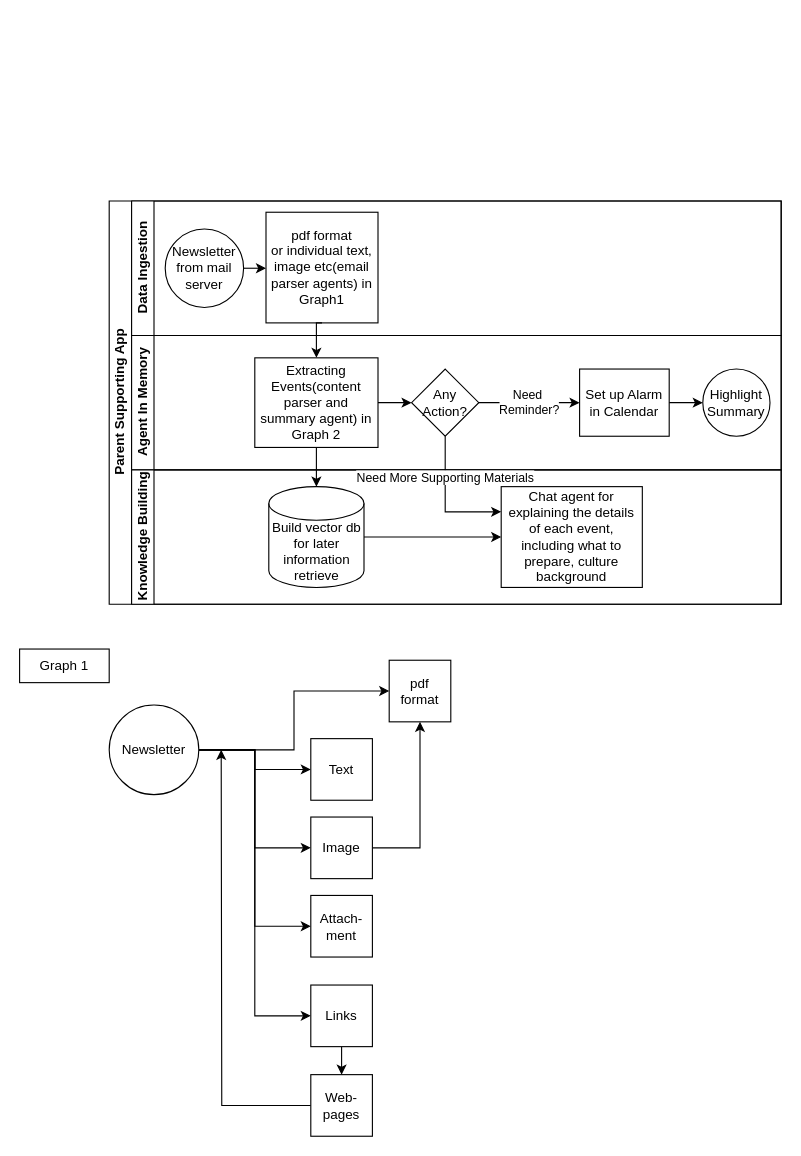
The draw.io diagram page "Page-1" (1 of 2) of Untitled Diagram.drawio in Rhinewlt/newsletter_agents, before the edit. Source tidied: cells renumbered, new cells numbered last; positions are measured from the earlier drawing's top-left corner, leaving out a move shared by most shapes. Both pictures are drawn from the tidied source at 112%, with x=0, y=0 at pixel (19, 200).
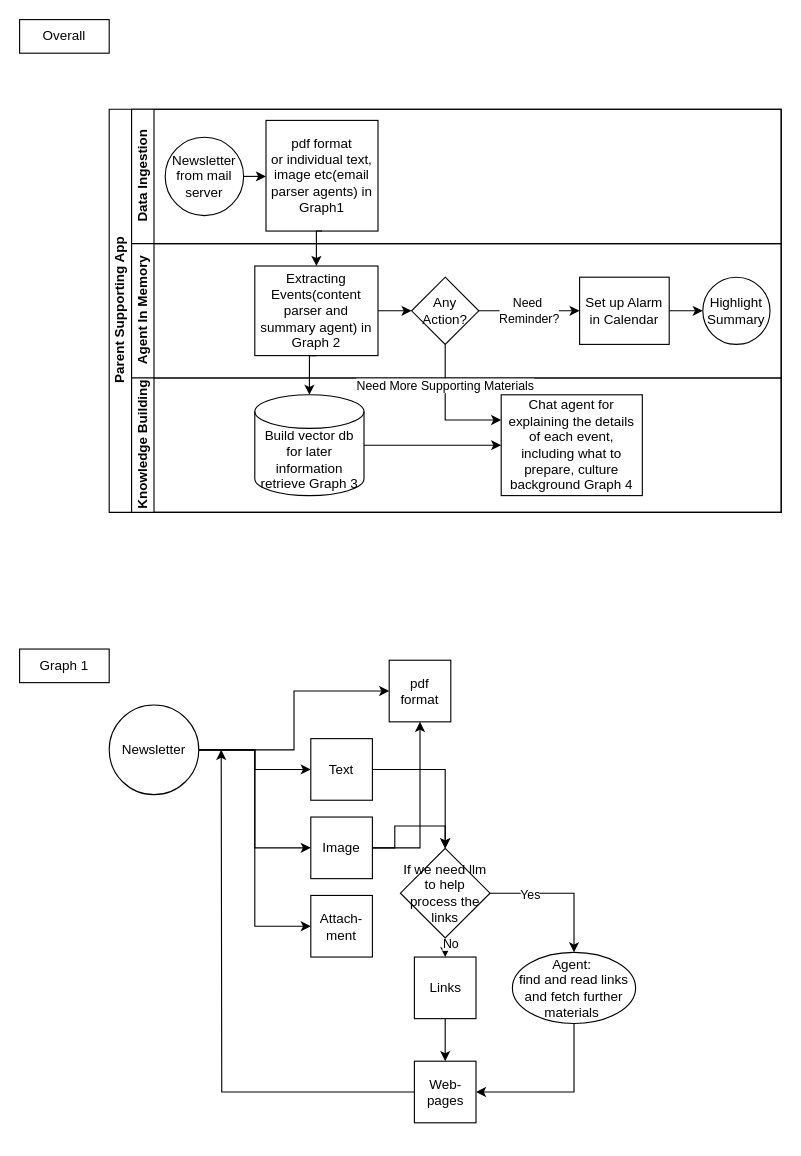
Above is the later version.

Unchanged cells that the change refers to:
```xml
<mxCell id="17" value="Knowledge Building" style="swimlane;html=1;startSize=20;horizontal=0;" parent="2" vertex="1">
  <mxGeometry x="20" y="240" width="580" height="120" as="geometry" />
</mxCell>
<mxCell id="28" value="Newsletter" style="ellipse;whiteSpace=wrap;html=1;" parent="1" vertex="1">
  <mxGeometry x="80" y="450" width="80" height="80" as="geometry" />
</mxCell>
<mxCell id="31" value="Text" style="whiteSpace=wrap;html=1;" parent="1" vertex="1">
  <mxGeometry x="260" y="480" width="55" height="55" as="geometry" />
</mxCell>
<mxCell id="33" value="Image" style="whiteSpace=wrap;html=1;" parent="1" vertex="1">
  <mxGeometry x="260" y="550" width="55" height="55" as="geometry" />
</mxCell>
```

Change to the diagram source:
```diff
@@
     <mxCell id="2" value="Parent Supporting App" style="swimlane;html=1;horizontal=0;startSize=20;" parent="1" vertex="1">
-      <mxGeometry x="80" width="600" height="360" as="geometry" />
+      <mxGeometry x="80" y="-82" width="600" height="360" as="geometry" />
     </mxCell>
@@
-    <mxCell id="18" value="Build vector db for later information retrieve" style="shape=cylinder3;whiteSpace=wrap;html=1;boundedLbl=1;backgroundOutline=1;size=15;" parent="17" vertex="1">
-      <mxGeometry x="122.5" y="15" width="85" height="90" as="geometry" />
+    <mxCell id="18" value="Build vector db for later information retrieve Graph 3" style="shape=cylinder3;whiteSpace=wrap;html=1;boundedLbl=1;backgroundOutline=1;size=15;" parent="17" vertex="1">
+      <mxGeometry x="110" y="15" width="97.5" height="90" as="geometry" />
     </mxCell>
-    <mxCell id="19" value="Chat agent for explaining the details of each event, including what to prepare, culture background" style="rounded=0;whiteSpace=wrap;html=1;fontFamily=Helvetica;fontSize=12;fontColor=#000000;align=center;" parent="17" vertex="1">
+    <mxCell id="19" value="Chat agent for explaining the details of each event, including what to prepare, culture background Graph 4" style="rounded=0;whiteSpace=wrap;html=1;fontFamily=Helvetica;fontSize=12;fontColor=#000000;align=center;" parent="17" vertex="1">
       <mxGeometry x="330" y="15" width="126" height="90" as="geometry" />
     </mxCell>
@@
-    <mxCell id="27" style="edgeStyle=orthogonalEdgeStyle;rounded=0;jettySize=auto;html=1;exitX=1;exitY=0.5;exitDx=0;exitDy=0;entryX=0;entryY=0.5;entryDx=0;entryDy=0;" parent="1" edge="1" source="28" target="36">
-      <mxGeometry relative="1" as="geometry" />
-    </mxCell>
@@
+    <mxCell id="39" style="edgeStyle=orthogonalEdgeStyle;rounded=0;jettySize=auto;html=1;exitX=1;exitY=0.5;exitDx=0;exitDy=0;entryX=0.5;entryY=0;entryDx=0;entryDy=0;" parent="1" edge="1" source="48" target="43">
+      <mxGeometry relative="1" as="geometry" />
+    </mxCell>
+    <mxCell id="40" value="Yes" style="edgeLabel;html=1;align=center;verticalAlign=middle;" parent="39" vertex="1">
+      <mxGeometry x="-0.45" y="-1" relative="1" as="geometry" />
+    </mxCell>
@@
     <mxCell id="36" value="Links" style="whiteSpace=wrap;html=1;" parent="1" vertex="1">
-      <mxGeometry x="260" y="700" width="55" height="55" as="geometry" />
+      <mxGeometry x="352.5" y="675" width="55" height="55" as="geometry" />
     </mxCell>
@@
     <mxCell id="38" value="Web-pages" style="whiteSpace=wrap;html=1;" parent="1" vertex="1">
-      <mxGeometry x="260" y="780" width="55" height="55" as="geometry" />
+      <mxGeometry x="352.5" y="768" width="55" height="55" as="geometry" />
     </mxCell>
+    <mxCell id="41" value="Overall" style="rounded=0;whiteSpace=wrap;html=1;" parent="1" vertex="1">
+      <mxGeometry y="-162" width="80" height="30" as="geometry" />
+    </mxCell>
+    <mxCell id="42" style="edgeStyle=orthogonalEdgeStyle;rounded=0;jettySize=auto;html=1;exitX=0.5;exitY=1;exitDx=0;exitDy=0;entryX=1;entryY=0.5;entryDx=0;entryDy=0;" parent="1" edge="1" source="43" target="38">
+      <mxGeometry relative="1" as="geometry" />
+    </mxCell>
+    <mxCell id="43" value="Agent:&amp;nbsp;&lt;div&gt;find and read links and fetch further materials&amp;nbsp;&lt;/div&gt;" style="ellipse;whiteSpace=wrap;html=1;" parent="1" vertex="1">
+      <mxGeometry x="440" y="670.8" width="110" height="63.5" as="geometry" />
+    </mxCell>
+    <mxCell id="44" style="edgeStyle=orthogonalEdgeStyle;rounded=0;jettySize=auto;html=1;exitX=1;exitY=0.5;exitDx=0;exitDy=0;entryX=0.5;entryY=0;entryDx=0;entryDy=0;" parent="1" edge="1" source="33" target="48">
+      <mxGeometry relative="1" as="geometry" />
+    </mxCell>
+    <mxCell id="45" style="edgeStyle=orthogonalEdgeStyle;rounded=0;jettySize=auto;html=1;exitX=1;exitY=0.5;exitDx=0;exitDy=0;entryX=0.5;entryY=0;entryDx=0;entryDy=0;" parent="1" edge="1" source="31" target="48">
+      <mxGeometry relative="1" as="geometry" />
+    </mxCell>
+    <mxCell id="46" style="edgeStyle=orthogonalEdgeStyle;rounded=0;jettySize=auto;html=1;exitX=0.5;exitY=1;exitDx=0;exitDy=0;entryX=0.5;entryY=0;entryDx=0;entryDy=0;" parent="1" edge="1" source="48" target="36">
+      <mxGeometry relative="1" as="geometry" />
+    </mxCell>
+    <mxCell id="47" value="No" style="edgeLabel;html=1;align=center;verticalAlign=middle;" parent="46" vertex="1">
+      <mxGeometry x="-0.53" y="4" relative="1" as="geometry" />
+    </mxCell>
+    <mxCell id="48" value="If we need llm to help process the links" style="rhombus;whiteSpace=wrap;html=1;" parent="1" vertex="1">
+      <mxGeometry x="340" y="578" width="80" height="80" as="geometry" />
+    </mxCell>
```
